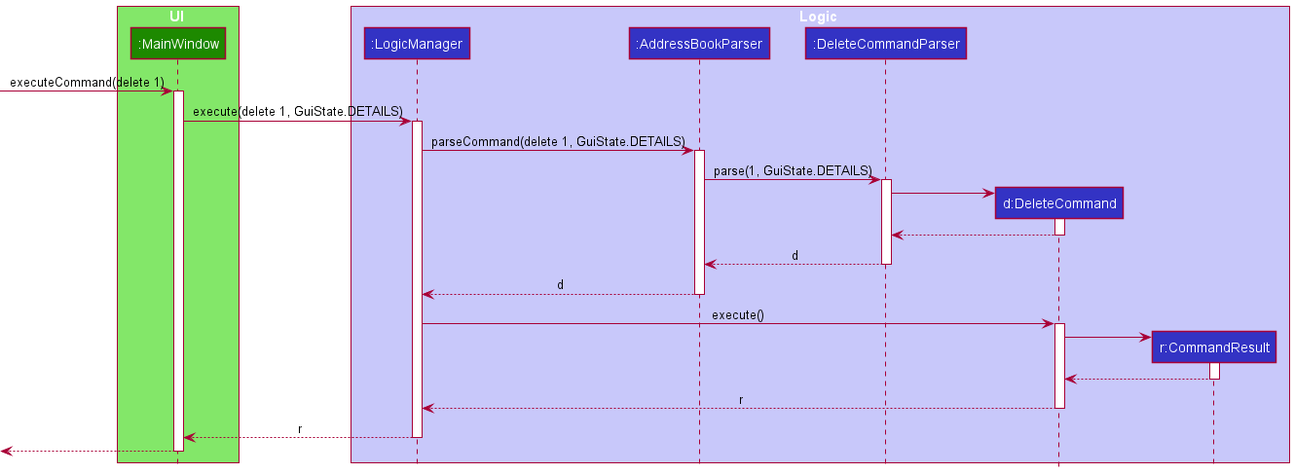
Above: docs/images/GuiStateSequenceDiagram.png in rohit0718/tp (PlantUML), before the change.
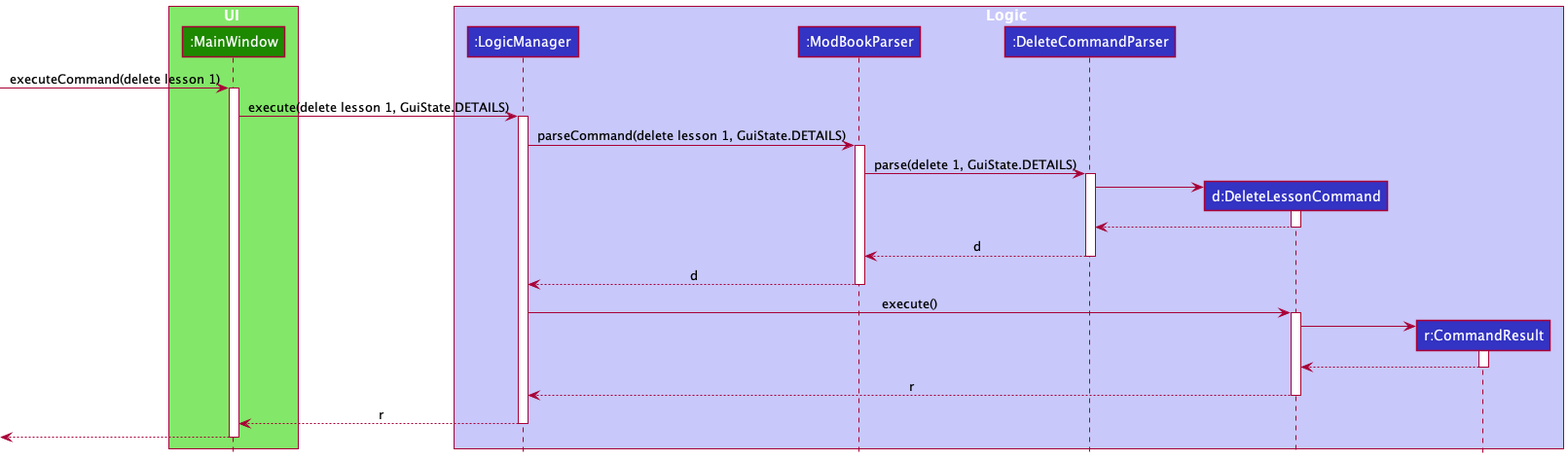
The same file after the commit.

Commit message:
update guistate and logicguistate diags

Change to the diagram source:
```diff
@@ -7,49 +7,49 @@
 
 box Logic LOGIC_COLOR_T1
 participant ":LogicManager" as LogicManager LOGIC_COLOR
-participant ":AddressBookParser" as AddressBookParser LOGIC_COLOR
+participant ":ModBookParser" as ModBookParser LOGIC_COLOR
 participant ":DeleteCommandParser" as DeleteCommandParser LOGIC_COLOR
-participant "d:DeleteCommand" as DeleteCommand LOGIC_COLOR
+participant "d:DeleteLessonCommand" as DeleteLessonCommand LOGIC_COLOR
 participant "r:CommandResult" as CommandResult LOGIC_COLOR
 end box
 
-[-> MainWindow : executeCommand(delete 1)
+[-> MainWindow : executeCommand(delete lesson 1)
 activate MainWindow
 
-MainWindow -> LogicManager : execute(delete 1, GuiState.DETAILS)
+MainWindow -> LogicManager : execute(delete lesson 1, GuiState.DETAILS)
 activate LogicManager
 
-LogicManager -> AddressBookParser : parseCommand(delete 1, GuiState.DETAILS)
-activate AddressBookParser
+LogicManager -> ModBookParser : parseCommand(delete lesson 1, GuiState.DETAILS)
+activate ModBookParser
 
-AddressBookParser -> DeleteCommandParser : parse(1, GuiState.DETAILS)
+ModBookParser -> DeleteCommandParser : parse(delete 1, GuiState.DETAILS)
 activate DeleteCommandParser
 
-create DeleteCommand
-DeleteCommandParser -> DeleteCommand
-activate DeleteCommand
+create DeleteLessonCommand
+DeleteCommandParser -> DeleteLessonCommand
+activate DeleteLessonCommand
 
-DeleteCommand --> DeleteCommandParser
-deactivate DeleteCommand
+DeleteLessonCommand --> DeleteCommandParser
+deactivate DeleteLessonCommand
 
-DeleteCommandParser --> AddressBookParser : d
+DeleteCommandParser --> ModBookParser : d
 deactivate DeleteCommandParser
 
-AddressBookParser --> LogicManager : d
-deactivate AddressBookParser
+ModBookParser --> LogicManager : d
+deactivate ModBookParser
 
-LogicManager -> DeleteCommand : execute()
-activate DeleteCommand
+LogicManager -> DeleteLessonCommand : execute()
+activate DeleteLessonCommand
 
 create CommandResult
-DeleteCommand -> CommandResult
+DeleteLessonCommand -> CommandResult
 activate CommandResult
 
-CommandResult --> DeleteCommand
+CommandResult --> DeleteLessonCommand
 deactivate CommandResult
 
-DeleteCommand --> LogicManager : r
-deactivate DeleteCommand
+DeleteLessonCommand --> LogicManager : r
+deactivate DeleteLessonCommand
 
 LogicManager --> MainWindow : r
 deactivate LogicManager
```
